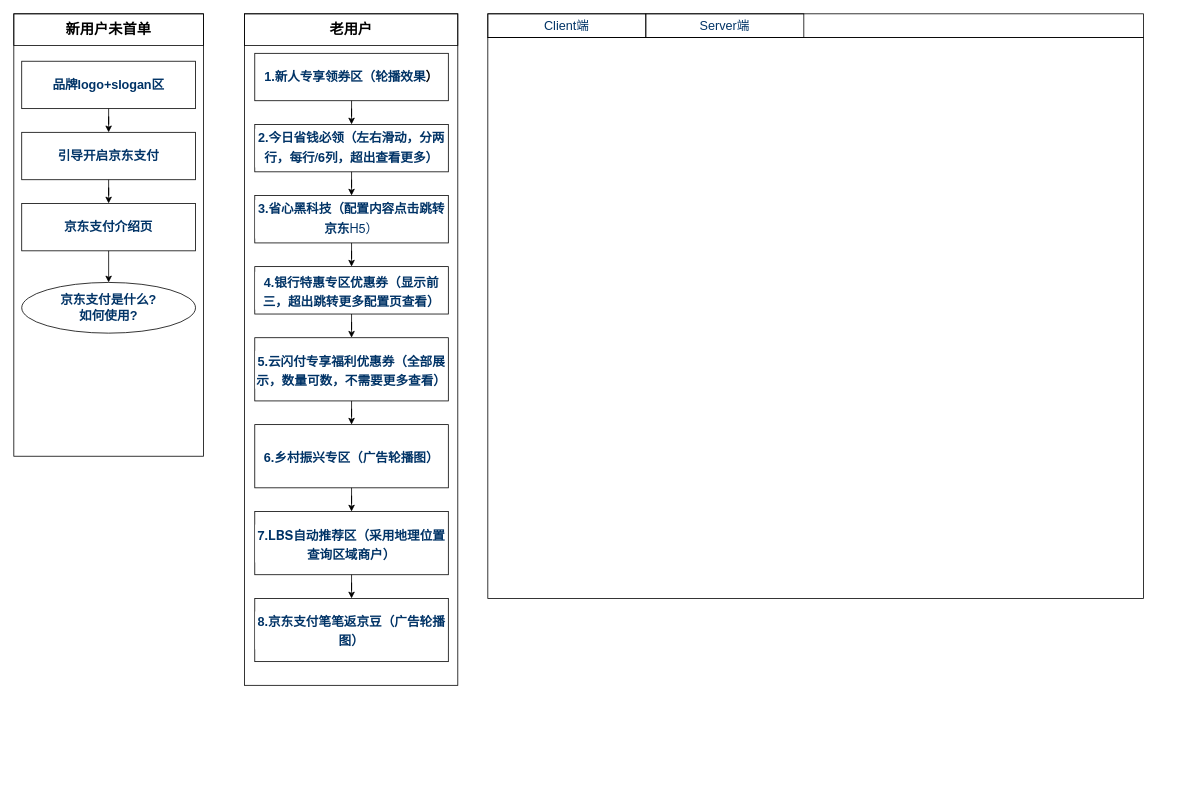
Earlier version of the draw.io diagram 整体架构图.drawio (joh126/v_project). Source tidied: cells renumbered, new cells numbered last; positions are measured from the earlier drawing's top-left corner, leaving out a move shared by most shapes. Both pictures are drawn from the tidied source at 79%, with x=0, y=0 at pixel (13, 13).
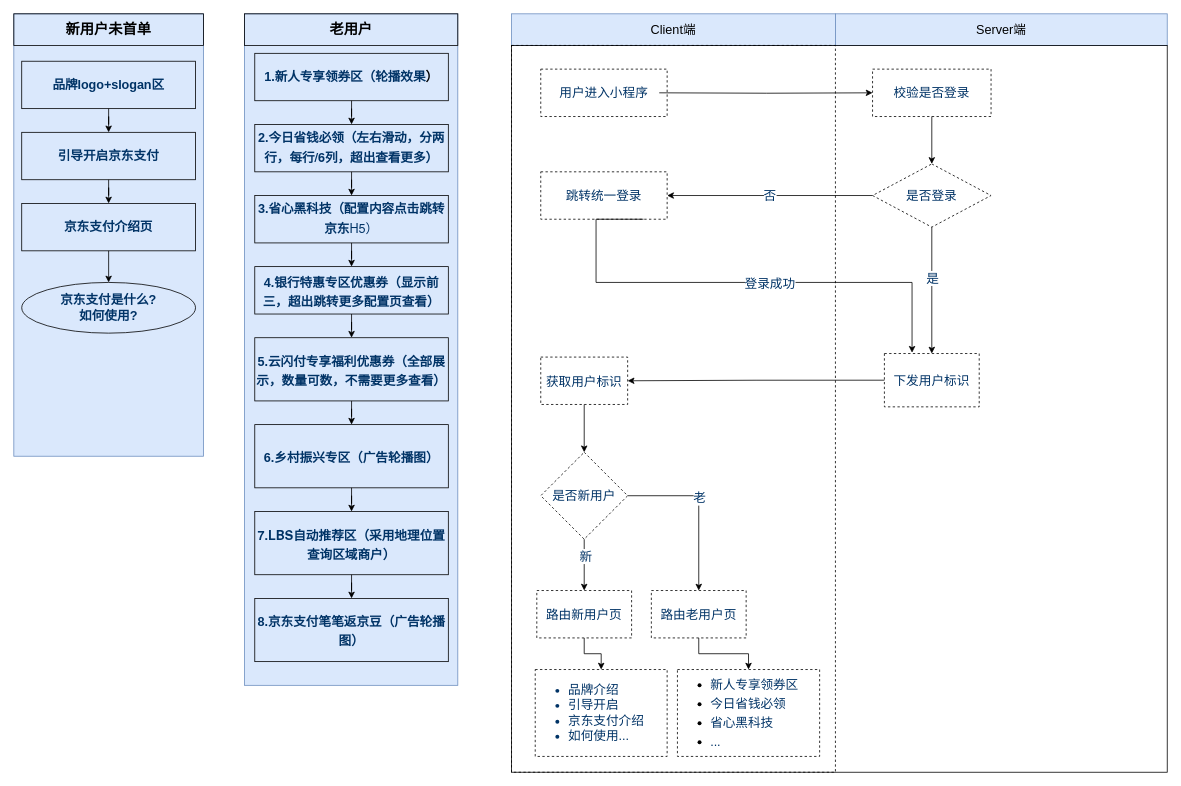
Above is the later version.

Commit message:
Update 整体架构图.drawio

Unchanged cells that the change refers to:
```xml
<mxCell id="2" style="group;" parent="1" vertex="1">
  <mxGeometry width="240" height="560" as="geometry" />
</mxCell>
```

What changed in the source:
```diff
@@
-    <mxCell id="3" style="rounded=0;whiteSpace=wrap;html=1;sketch=0;fillColor=none;" parent="2" vertex="1">
+    <mxCell id="3" style="rounded=0;whiteSpace=wrap;html=1;sketch=0;fillColor=#dae8fc;strokeColor=#6c8ebf;" parent="2" vertex="1">
       <mxGeometry width="240" height="560" as="geometry" />
     </mxCell>
@@
-    <mxCell id="5" value="&lt;h3 id=&quot;id-京东支付小程序一期-页面分为”品牌logo＋slogan“区域、”引导开启按钮“区域、京东支付介绍及京东支付使用介绍区域&quot; style=&quot;margin: 0px ; padding: 0px ; font-size: 16px ; line-height: 1.5 ; letter-spacing: -0.006em ; text-align: left ; background-color: rgb(255 , 255 , 255)&quot;&gt;&lt;font color=&quot;#003366&quot;&gt;品牌logo+slogan区&lt;/font&gt;&lt;/h3&gt;" style="rounded=0;whiteSpace=wrap;html=1;sketch=0;fillColor=none;" parent="2" vertex="1">
+    <mxCell id="5" value="&lt;h3 id=&quot;id-京东支付小程序一期-页面分为”品牌logo＋slogan“区域、”引导开启按钮“区域、京东支付介绍及京东支付使用介绍区域&quot; style=&quot;margin: 0px ; padding: 0px ; font-size: 16px ; line-height: 1.5 ; letter-spacing: -0.006em ; text-align: left&quot;&gt;&lt;font color=&quot;#003366&quot;&gt;品牌logo+slogan区&lt;/font&gt;&lt;/h3&gt;" style="rounded=0;whiteSpace=wrap;html=1;sketch=0;fillColor=none;" parent="2" vertex="1">
       <mxGeometry x="10" y="60" width="220" height="60" as="geometry" />
     </mxCell>
@@
-    <mxCell id="12" style="rounded=0;whiteSpace=wrap;html=1;sketch=0;fillColor=none;" parent="1" vertex="1">
+    <mxCell id="12" style="rounded=0;whiteSpace=wrap;html=1;sketch=0;fillColor=#dae8fc;strokeColor=#6c8ebf;" parent="1" vertex="1">
       <mxGeometry x="292" width="270" height="850" as="geometry" />
     </mxCell>
@@
-    <mxCell id="15" value="&lt;h3 id=&quot;id-京东支付小程序一期-页面分为”品牌logo＋slogan“区域、”引导开启按钮“区域、京东支付介绍及京东支付使用介绍区域&quot; style=&quot;margin: 0px ; padding: 0px ; font-size: 16px ; line-height: 1.5 ; letter-spacing: -0.006em ; background-color: rgb(255 , 255 , 255)&quot;&gt;&lt;font color=&quot;#003366&quot;&gt;1.新人专享领券区（轮播效果&lt;/font&gt;）&lt;/h3&gt;" style="rounded=0;whiteSpace=wrap;html=1;sketch=0;fillColor=none;align=center;" parent="1" vertex="1">
+    <mxCell id="15" value="&lt;h3 id=&quot;id-京东支付小程序一期-页面分为”品牌logo＋slogan“区域、”引导开启按钮“区域、京东支付介绍及京东支付使用介绍区域&quot; style=&quot;margin: 0px ; padding: 0px ; font-size: 16px ; line-height: 1.5 ; letter-spacing: -0.006em&quot;&gt;&lt;font color=&quot;#003366&quot;&gt;1.新人专享领券区（轮播效果&lt;/font&gt;）&lt;/h3&gt;" style="rounded=0;whiteSpace=wrap;html=1;sketch=0;fillColor=none;align=center;" parent="1" vertex="1">
       <mxGeometry x="305" y="50" width="245" height="60" as="geometry" />
     </mxCell>
@@
-    <mxCell id="17" value="&lt;h3 id=&quot;id-京东支付小程序一期-页面分为”品牌logo＋slogan“区域、”引导开启按钮“区域、京东支付介绍及京东支付使用介绍区域&quot; style=&quot;margin: 0px ; padding: 0px ; font-size: 16px ; line-height: 1.5 ; letter-spacing: -0.006em ; background-color: rgb(255 , 255 , 255)&quot;&gt;&lt;font color=&quot;#003366&quot; style=&quot;font-size: 16px&quot;&gt;2.今日省钱必领（左右滑动，分两行，每行&lt;span class=&quot;s1&quot; style=&quot;font-stretch: normal ; line-height: normal ; font-family: &amp;#34;helvetica neue&amp;#34;&quot;&gt;/6&lt;/span&gt;&lt;span style=&quot;font-family: &amp;#34;pingfang sc&amp;#34;&quot;&gt;列，超出查看更多）&lt;/span&gt;&lt;/font&gt;&lt;/h3&gt;" style="rounded=0;whiteSpace=wrap;html=1;sketch=0;fillColor=none;align=center;" parent="1" vertex="1">
+    <mxCell id="17" value="&lt;h3 id=&quot;id-京东支付小程序一期-页面分为”品牌logo＋slogan“区域、”引导开启按钮“区域、京东支付介绍及京东支付使用介绍区域&quot; style=&quot;margin: 0px ; padding: 0px ; font-size: 16px ; line-height: 1.5 ; letter-spacing: -0.006em&quot;&gt;&lt;font color=&quot;#003366&quot; style=&quot;font-size: 16px&quot;&gt;2.今日省钱必领（左右滑动，分两行，每行&lt;span class=&quot;s1&quot; style=&quot;font-stretch: normal ; line-height: normal ; font-family: &amp;#34;helvetica neue&amp;#34;&quot;&gt;/6&lt;/span&gt;&lt;span style=&quot;font-family: &amp;#34;pingfang sc&amp;#34;&quot;&gt;列，超出查看更多）&lt;/span&gt;&lt;/font&gt;&lt;/h3&gt;" style="rounded=0;whiteSpace=wrap;html=1;sketch=0;fillColor=none;align=center;" parent="1" vertex="1">
       <mxGeometry x="305" y="140" width="245" height="60" as="geometry" />
     </mxCell>
@@
-    <mxCell id="19" value="&lt;h3 id=&quot;id-京东支付小程序一期-页面分为”品牌logo＋slogan“区域、”引导开启按钮“区域、京东支付介绍及京东支付使用介绍区域&quot; style=&quot;margin: 0px ; padding: 0px ; font-size: 16px ; line-height: 1.5 ; letter-spacing: -0.006em ; background-color: rgb(255 , 255 , 255)&quot;&gt;&lt;font color=&quot;#003366&quot; style=&quot;font-size: 16px&quot;&gt;&lt;font style=&quot;font-size: 16px&quot;&gt;3.省心黑科技&lt;/font&gt;（配置内容点击跳转京东&lt;span class=&quot;s1&quot; style=&quot;font-weight: normal ; font-stretch: normal ; line-height: normal ; font-family: &amp;#34;helvetica neue&amp;#34;&quot;&gt;H5&lt;/span&gt;&lt;span style=&quot;font-family: &amp;#34;pingfang sc&amp;#34; ; font-weight: normal&quot;&gt;）&lt;/span&gt;&lt;/font&gt;&lt;/h3&gt;" style="rounded=0;whiteSpace=wrap;html=1;sketch=0;fillColor=none;align=center;" parent="1" vertex="1">
+    <mxCell id="19" value="&lt;h3 id=&quot;id-京东支付小程序一期-页面分为”品牌logo＋slogan“区域、”引导开启按钮“区域、京东支付介绍及京东支付使用介绍区域&quot; style=&quot;margin: 0px ; padding: 0px ; font-size: 16px ; line-height: 1.5 ; letter-spacing: -0.006em&quot;&gt;&lt;font color=&quot;#003366&quot; style=&quot;font-size: 16px&quot;&gt;&lt;font style=&quot;font-size: 16px&quot;&gt;3.省心黑科技&lt;/font&gt;（配置内容点击跳转京东&lt;span class=&quot;s1&quot; style=&quot;font-weight: normal ; font-stretch: normal ; line-height: normal ; font-family: &amp;#34;helvetica neue&amp;#34;&quot;&gt;H5&lt;/span&gt;&lt;span style=&quot;font-family: &amp;#34;pingfang sc&amp;#34; ; font-weight: normal&quot;&gt;）&lt;/span&gt;&lt;/font&gt;&lt;/h3&gt;" style="rounded=0;whiteSpace=wrap;html=1;sketch=0;fillColor=none;align=center;" parent="1" vertex="1">
       <mxGeometry x="305" y="230" width="245" height="60" as="geometry" />
     </mxCell>
@@
-    <mxCell id="21" value="&lt;h3 id=&quot;id-京东支付小程序一期-页面分为”品牌logo＋slogan“区域、”引导开启按钮“区域、京东支付介绍及京东支付使用介绍区域&quot; style=&quot;margin: 0px ; padding: 0px ; line-height: 1.5 ; letter-spacing: -0.006em ; background-color: rgb(255 , 255 , 255)&quot;&gt;&lt;p class=&quot;p1&quot; style=&quot;margin: 0px ; font-stretch: normal ; line-height: normal ; font-family: &amp;#34;pingfang sc&amp;#34; ; letter-spacing: normal&quot;&gt;&lt;font style=&quot;font-size: 16px&quot; color=&quot;#003366&quot;&gt;4.银行特惠专区优惠券（显示前三，超出跳转更多配置页查看）&lt;/font&gt;&lt;/p&gt;&lt;/h3&gt;" style="rounded=0;whiteSpace=wrap;html=1;sketch=0;fillColor=none;align=center;" parent="1" vertex="1">
+    <mxCell id="21" value="&lt;h3 id=&quot;id-京东支付小程序一期-页面分为”品牌logo＋slogan“区域、”引导开启按钮“区域、京东支付介绍及京东支付使用介绍区域&quot; style=&quot;margin: 0px ; padding: 0px ; line-height: 1.5 ; letter-spacing: -0.006em&quot;&gt;&lt;p class=&quot;p1&quot; style=&quot;margin: 0px ; font-stretch: normal ; line-height: normal ; font-family: &amp;#34;pingfang sc&amp;#34; ; letter-spacing: normal&quot;&gt;&lt;font style=&quot;font-size: 16px&quot; color=&quot;#003366&quot;&gt;4.银行特惠专区优惠券（显示前三，超出跳转更多配置页查看）&lt;/font&gt;&lt;/p&gt;&lt;/h3&gt;" style="rounded=0;whiteSpace=wrap;html=1;sketch=0;fillColor=none;align=center;" parent="1" vertex="1">
       <mxGeometry x="305" y="320" width="245" height="60" as="geometry" />
     </mxCell>
@@
-    <mxCell id="23" value="&lt;h3 id=&quot;id-京东支付小程序一期-页面分为”品牌logo＋slogan“区域、”引导开启按钮“区域、京东支付介绍及京东支付使用介绍区域&quot; style=&quot;margin: 0px ; padding: 0px ; line-height: 1.5 ; letter-spacing: -0.006em ; background-color: rgb(255 , 255 , 255)&quot;&gt;&lt;p class=&quot;p1&quot; style=&quot;margin: 0px ; font-stretch: normal ; line-height: normal ; font-family: &amp;#34;pingfang sc&amp;#34; ; letter-spacing: normal&quot;&gt;&lt;font style=&quot;font-size: 16px&quot; color=&quot;#003366&quot;&gt;5.云闪付专享福利优惠券（全部展示，数量可数，不需要更多查看）&lt;/font&gt;&lt;/p&gt;&lt;/h3&gt;" style="rounded=0;whiteSpace=wrap;html=1;sketch=0;fillColor=none;align=center;" parent="1" vertex="1">
+    <mxCell id="23" value="&lt;h3 id=&quot;id-京东支付小程序一期-页面分为”品牌logo＋slogan“区域、”引导开启按钮“区域、京东支付介绍及京东支付使用介绍区域&quot; style=&quot;margin: 0px ; padding: 0px ; line-height: 1.5 ; letter-spacing: -0.006em&quot;&gt;&lt;p class=&quot;p1&quot; style=&quot;margin: 0px ; font-stretch: normal ; line-height: normal ; font-family: &amp;#34;pingfang sc&amp;#34; ; letter-spacing: normal&quot;&gt;&lt;font style=&quot;font-size: 16px&quot; color=&quot;#003366&quot;&gt;5.云闪付专享福利优惠券（全部展示，数量可数，不需要更多查看）&lt;/font&gt;&lt;/p&gt;&lt;/h3&gt;" style="rounded=0;whiteSpace=wrap;html=1;sketch=0;fillColor=none;align=center;" parent="1" vertex="1">
       <mxGeometry x="305" y="410" width="245" height="80" as="geometry" />
     </mxCell>
@@
-    <mxCell id="25" value="&lt;h3 id=&quot;id-京东支付小程序一期-页面分为”品牌logo＋slogan“区域、”引导开启按钮“区域、京东支付介绍及京东支付使用介绍区域&quot; style=&quot;margin: 0px ; padding: 0px ; line-height: 1.5 ; letter-spacing: -0.006em ; background-color: rgb(255 , 255 , 255)&quot;&gt;&lt;p class=&quot;p1&quot; style=&quot;margin: 0px ; font-stretch: normal ; line-height: normal ; font-family: &amp;#34;pingfang sc&amp;#34; ; letter-spacing: normal&quot;&gt;&lt;font style=&quot;font-size: 16px&quot; color=&quot;#003366&quot;&gt;6.乡村振兴专区（广告轮播图）&lt;/font&gt;&lt;/p&gt;&lt;/h3&gt;" style="rounded=0;whiteSpace=wrap;html=1;sketch=0;fillColor=none;align=center;" parent="1" vertex="1">
+    <mxCell id="25" value="&lt;h3 id=&quot;id-京东支付小程序一期-页面分为”品牌logo＋slogan“区域、”引导开启按钮“区域、京东支付介绍及京东支付使用介绍区域&quot; style=&quot;margin: 0px ; padding: 0px ; line-height: 1.5 ; letter-spacing: -0.006em&quot;&gt;&lt;p class=&quot;p1&quot; style=&quot;margin: 0px ; font-stretch: normal ; line-height: normal ; font-family: &amp;#34;pingfang sc&amp;#34; ; letter-spacing: normal&quot;&gt;&lt;font style=&quot;font-size: 16px&quot; color=&quot;#003366&quot;&gt;6.乡村振兴专区（广告轮播图）&lt;/font&gt;&lt;/p&gt;&lt;/h3&gt;" style="rounded=0;whiteSpace=wrap;html=1;sketch=0;fillColor=none;align=center;" parent="1" vertex="1">
       <mxGeometry x="305" y="520" width="245" height="80" as="geometry" />
     </mxCell>
@@
-    <mxCell id="27" value="&lt;h3 id=&quot;id-京东支付小程序一期-页面分为”品牌logo＋slogan“区域、”引导开启按钮“区域、京东支付介绍及京东支付使用介绍区域&quot; style=&quot;margin: 0px ; padding: 0px ; line-height: 1.5 ; letter-spacing: -0.006em ; background-color: rgb(255 , 255 , 255) ; font-size: 14px&quot;&gt;&lt;p class=&quot;p1&quot; style=&quot;margin: 0px ; font-stretch: normal ; line-height: normal ; font-family: &amp;#34;pingfang sc&amp;#34; ; letter-spacing: normal ; font-size: 16px&quot;&gt;&lt;font color=&quot;#003366&quot; style=&quot;font-size: 16px&quot;&gt;&lt;span class=&quot;s1&quot; style=&quot;font-stretch: normal ; line-height: normal ; font-family: &amp;#34;helvetica neue&amp;#34;&quot;&gt;7.LBS&lt;/span&gt;自动推荐区（采用地理位置查询区域商户）&lt;/font&gt;&lt;/p&gt;&lt;/h3&gt;" style="rounded=0;whiteSpace=wrap;html=1;sketch=0;fillColor=none;align=center;" parent="1" vertex="1">
+    <mxCell id="27" value="&lt;h3 id=&quot;id-京东支付小程序一期-页面分为”品牌logo＋slogan“区域、”引导开启按钮“区域、京东支付介绍及京东支付使用介绍区域&quot; style=&quot;margin: 0px ; padding: 0px ; line-height: 1.5 ; letter-spacing: -0.006em ; font-size: 14px&quot;&gt;&lt;p class=&quot;p1&quot; style=&quot;margin: 0px ; font-stretch: normal ; line-height: normal ; font-family: &amp;#34;pingfang sc&amp;#34; ; letter-spacing: normal ; font-size: 16px&quot;&gt;&lt;font color=&quot;#003366&quot; style=&quot;font-size: 16px&quot;&gt;&lt;span class=&quot;s1&quot; style=&quot;font-stretch: normal ; line-height: normal ; font-family: &amp;#34;helvetica neue&amp;#34;&quot;&gt;7.LBS&lt;/span&gt;自动推荐区（采用地理位置查询区域商户）&lt;/font&gt;&lt;/p&gt;&lt;/h3&gt;" style="rounded=0;whiteSpace=wrap;html=1;sketch=0;fillColor=none;align=center;" parent="1" vertex="1">
       <mxGeometry x="305" y="630" width="245" height="80" as="geometry" />
     </mxCell>
-    <mxCell id="28" value="&lt;h3 id=&quot;id-京东支付小程序一期-页面分为”品牌logo＋slogan“区域、”引导开启按钮“区域、京东支付介绍及京东支付使用介绍区域&quot; style=&quot;margin: 0px ; padding: 0px ; line-height: 1.5 ; letter-spacing: -0.006em ; background-color: rgb(255 , 255 , 255)&quot;&gt;&lt;p class=&quot;p1&quot; style=&quot;margin: 0px ; font-stretch: normal ; line-height: normal ; font-family: &amp;#34;pingfang sc&amp;#34; ; letter-spacing: normal&quot;&gt;&lt;font style=&quot;font-size: 16px&quot; color=&quot;#003366&quot;&gt;8.京东支付笔笔返京豆（广告轮播图）&lt;/font&gt;&lt;/p&gt;&lt;/h3&gt;" style="rounded=0;whiteSpace=wrap;html=1;sketch=0;fillColor=none;align=center;" parent="1" vertex="1">
+    <mxCell id="28" value="&lt;h3 id=&quot;id-京东支付小程序一期-页面分为”品牌logo＋slogan“区域、”引导开启按钮“区域、京东支付介绍及京东支付使用介绍区域&quot; style=&quot;margin: 0px ; padding: 0px ; line-height: 1.5 ; letter-spacing: -0.006em&quot;&gt;&lt;p class=&quot;p1&quot; style=&quot;margin: 0px ; font-stretch: normal ; line-height: normal ; font-family: &amp;#34;pingfang sc&amp;#34; ; letter-spacing: normal&quot;&gt;&lt;font style=&quot;font-size: 16px&quot; color=&quot;#003366&quot;&gt;8.京东支付笔笔返京豆（广告轮播图）&lt;/font&gt;&lt;/p&gt;&lt;/h3&gt;" style="rounded=0;whiteSpace=wrap;html=1;sketch=0;fillColor=none;align=center;" parent="1" vertex="1">
       <mxGeometry x="305" y="740" width="245" height="80" as="geometry" />
     </mxCell>
-    <mxCell id="29" style="rounded=0;whiteSpace=wrap;html=1;sketch=0;fontFamily=Helvetica;fontSize=16;fontColor=#003366;strokeColor=default;fillColor=none;" parent="1" vertex="1">
-      <mxGeometry x="600" width="830" height="30" as="geometry" />
-    </mxCell>
-    <mxCell id="30" value="Client端" style="rounded=0;whiteSpace=wrap;html=1;sketch=0;fontFamily=Helvetica;fontSize=16;fontColor=#003366;strokeColor=default;fillColor=none;" parent="1" vertex="1">
-      <mxGeometry x="600" width="200" height="30" as="geometry" />
+    <mxCell id="30" value="Client端" style="rounded=0;whiteSpace=wrap;html=1;sketch=0;fontFamily=Helvetica;fontSize=16;strokeColor=#6c8ebf;fillColor=#dae8fc;" parent="1" vertex="1">
+      <mxGeometry x="630" width="410" height="40" as="geometry" />
     </mxCell>
-    <mxCell id="31" value="Server端" style="rounded=0;whiteSpace=wrap;html=1;sketch=0;fontFamily=Helvetica;fontSize=16;fontColor=#003366;strokeColor=default;fillColor=none;" parent="1" vertex="1">
-      <mxGeometry x="800" width="200" height="30" as="geometry" />
+    <mxCell id="31" value="Server端" style="rounded=0;whiteSpace=wrap;html=1;sketch=0;fontFamily=Helvetica;fontSize=16;strokeColor=#6c8ebf;fillColor=#dae8fc;" parent="1" vertex="1">
+      <mxGeometry x="1040" width="420" height="40" as="geometry" />
     </mxCell>
     <mxCell id="32" style="rounded=0;whiteSpace=wrap;html=1;sketch=0;fontFamily=Helvetica;fontSize=16;fontColor=#003366;strokeColor=default;fillColor=none;" parent="1" vertex="1">
-      <mxGeometry x="600" y="30" width="830" height="710" as="geometry" />
+      <mxGeometry x="630" y="40" width="830" height="920" as="geometry" />
     </mxCell>
+    <mxCell id="33" style="rounded=0;whiteSpace=wrap;html=1;sketch=0;fontFamily=Helvetica;fontSize=16;fontColor=#003366;strokeColor=default;fillColor=none;dashed=1;" parent="1" vertex="1">
+      <mxGeometry x="630" y="40" width="410" height="920" as="geometry" />
+    </mxCell>
+    <mxCell id="34" value="获取用户标识" style="whiteSpace=wrap;html=1;fontSize=16;fillColor=none;fontColor=#003366;rounded=0;dashed=1;sketch=0;" parent="1" vertex="1">
+      <mxGeometry x="667" y="434.5" width="110" height="60" as="geometry" />
+    </mxCell>
+    <mxCell id="35" style="edgeStyle=orthogonalEdgeStyle;rounded=0;jettySize=auto;html=1;fontFamily=Helvetica;fontSize=16;fontColor=#003366;exitX=0;exitY=0.5;exitDx=0;exitDy=0;" parent="1" edge="1" source="53" target="34">
+      <mxGeometry relative="1" as="geometry" />
+    </mxCell>
+    <mxCell id="36" value="用户进入小程序" style="rounded=0;whiteSpace=wrap;html=1;dashed=1;sketch=0;fontFamily=Helvetica;fontSize=16;fontColor=#003366;strokeColor=default;fillColor=none;" parent="1" vertex="1">
+      <mxGeometry x="667" y="70" width="160" height="60" as="geometry" />
+    </mxCell>
+    <mxCell id="37" value="校验是否登录" style="whiteSpace=wrap;html=1;fontSize=16;fillColor=none;fontColor=#003366;rounded=0;dashed=1;sketch=0;" parent="1" vertex="1">
+      <mxGeometry x="1087" y="70" width="150" height="60" as="geometry" />
+    </mxCell>
+    <mxCell id="38" style="edgeStyle=orthogonalEdgeStyle;rounded=0;jettySize=auto;html=1;fontFamily=Helvetica;fontSize=16;fontColor=#003366;" parent="1" edge="1" target="37">
+      <mxGeometry relative="1" as="geometry">
+        <mxPoint x="817" y="100" as="sourcePoint" />
+      </mxGeometry>
+    </mxCell>
+    <mxCell id="39" value="是否登录" style="rhombus;whiteSpace=wrap;html=1;fontSize=16;fillColor=none;fontColor=#003366;rounded=0;dashed=1;sketch=0;" parent="1" vertex="1">
+      <mxGeometry x="1087" y="190" width="150" height="80" as="geometry" />
+    </mxCell>
+    <mxCell id="40" style="edgeStyle=orthogonalEdgeStyle;rounded=0;jettySize=auto;html=1;fontFamily=Helvetica;fontSize=16;fontColor=#003366;" parent="1" edge="1" source="37" target="39">
+      <mxGeometry relative="1" as="geometry" />
+    </mxCell>
+    <mxCell id="41" style="edgeStyle=orthogonalEdgeStyle;rounded=0;orthogonalLoop=1;jettySize=auto;html=1;entryX=0.162;entryY=0.304;entryDx=0;entryDy=0;entryPerimeter=0;fontFamily=Helvetica;fontSize=16;fontColor=#003366;" parent="1" edge="1">
+      <mxGeometry relative="1" as="geometry">
+        <mxPoint x="797" y="260" as="sourcePoint" />
+        <mxPoint x="1137" y="429" as="targetPoint" />
+        <Array as="points">
+          <mxPoint x="737" y="260" />
+          <mxPoint x="737" y="340" />
+          <mxPoint x="1137" y="340" />
+        </Array>
+      </mxGeometry>
+    </mxCell>
+    <mxCell id="42" value="登录成功" style="edgeLabel;html=1;align=center;verticalAlign=middle;fontSize=16;fontFamily=Helvetica;fontColor=#003366;" parent="41" vertex="1">
+      <mxGeometry x="-0.11" y="-1" relative="1" as="geometry">
+        <mxPoint x="79" as="offset" />
+      </mxGeometry>
+    </mxCell>
+    <mxCell id="43" value="跳转统一登录" style="whiteSpace=wrap;html=1;fontSize=16;fillColor=none;fontColor=#003366;rounded=0;dashed=1;sketch=0;" parent="1" vertex="1">
+      <mxGeometry x="667" y="200" width="160" height="60" as="geometry" />
+    </mxCell>
+    <mxCell id="44" value="否" style="edgeStyle=orthogonalEdgeStyle;rounded=0;jettySize=auto;html=1;entryX=1;entryY=0.5;entryDx=0;entryDy=0;fontFamily=Helvetica;fontSize=16;fontColor=#003366;" parent="1" edge="1" source="39" target="43">
+      <mxGeometry relative="1" as="geometry" />
+    </mxCell>
+    <mxCell id="45" value="是否新用户" style="rhombus;whiteSpace=wrap;html=1;fontSize=16;fillColor=none;fontColor=#003366;rounded=0;dashed=1;sketch=0;" parent="1" vertex="1">
+      <mxGeometry x="667" y="555" width="110" height="110" as="geometry" />
+    </mxCell>
+    <mxCell id="46" style="edgeStyle=orthogonalEdgeStyle;rounded=0;jettySize=auto;html=1;fontFamily=Helvetica;fontSize=16;fontColor=#003366;" parent="1" edge="1" source="34" target="45">
+      <mxGeometry relative="1" as="geometry" />
+    </mxCell>
+    <mxCell id="47" value="路由老用户页" style="whiteSpace=wrap;html=1;fontSize=16;fillColor=none;fontColor=#003366;rounded=0;dashed=1;sketch=0;" parent="1" vertex="1">
+      <mxGeometry x="807" y="730" width="120" height="60" as="geometry" />
+    </mxCell>
+    <mxCell id="48" style="edgeStyle=orthogonalEdgeStyle;rounded=0;jettySize=auto;html=1;fontFamily=Helvetica;fontSize=16;fontColor=#003366;" parent="1" edge="1" source="45" target="47">
+      <mxGeometry relative="1" as="geometry">
+        <Array as="points">
+          <mxPoint x="867" y="610" />
+        </Array>
+      </mxGeometry>
+    </mxCell>
+    <mxCell id="49" value="老" style="edgeLabel;html=1;align=center;verticalAlign=middle;fontSize=16;fontFamily=Helvetica;fontColor=#003366;" parent="48" vertex="1">
+      <mxGeometry x="-0.12" relative="1" as="geometry" />
+    </mxCell>
+    <mxCell id="50" value="路由新用户页" style="whiteSpace=wrap;html=1;fontSize=16;fillColor=none;fontColor=#003366;rounded=0;dashed=1;sketch=0;" parent="1" vertex="1">
+      <mxGeometry x="662" y="730" width="120" height="60" as="geometry" />
+    </mxCell>
+    <mxCell id="51" style="edgeStyle=orthogonalEdgeStyle;rounded=0;jettySize=auto;html=1;fontFamily=Helvetica;fontSize=16;fontColor=#003366;" parent="1" edge="1" source="45" target="50">
+      <mxGeometry relative="1" as="geometry" />
+    </mxCell>
+    <mxCell id="52" value="新" style="edgeLabel;html=1;align=center;verticalAlign=middle;fontSize=16;fontFamily=Helvetica;fontColor=#003366;" parent="51" vertex="1">
+      <mxGeometry x="-0.35" y="1" relative="1" as="geometry" />
+    </mxCell>
+    <mxCell id="53" value="下发用户标识" style="whiteSpace=wrap;html=1;fontSize=16;fillColor=none;fontColor=#003366;rounded=0;dashed=1;sketch=0;" parent="1" vertex="1">
+      <mxGeometry x="1102" y="430" width="120" height="67.5" as="geometry" />
+    </mxCell>
+    <mxCell id="54" style="edgeStyle=orthogonalEdgeStyle;rounded=0;jettySize=auto;html=1;fontFamily=Helvetica;fontSize=16;fontColor=#003366;" parent="1" edge="1" source="39" target="53">
+      <mxGeometry relative="1" as="geometry" />
+    </mxCell>
+    <mxCell id="55" value="是" style="edgeLabel;html=1;align=center;verticalAlign=middle;fontSize=16;fontFamily=Helvetica;fontColor=#003366;" parent="54" vertex="1">
+      <mxGeometry x="-0.2" relative="1" as="geometry" />
+    </mxCell>
+    <mxCell id="56" value="&lt;ul&gt;&lt;li&gt;品牌介绍&lt;/li&gt;&lt;li&gt;引导开启&lt;/li&gt;&lt;li&gt;京东支付介绍&lt;/li&gt;&lt;li&gt;如何使用...&lt;/li&gt;&lt;/ul&gt;" style="whiteSpace=wrap;html=1;fontSize=16;fillColor=none;fontColor=#003366;rounded=0;dashed=1;sketch=0;align=left;" parent="1" vertex="1">
+      <mxGeometry x="660" y="830" width="167" height="110" as="geometry" />
+    </mxCell>
+    <mxCell id="57" style="edgeStyle=orthogonalEdgeStyle;rounded=0;jettySize=auto;html=1;fontFamily=Helvetica;fontSize=16;fontColor=#003366;" parent="1" edge="1" source="50" target="56">
+      <mxGeometry relative="1" as="geometry" />
+    </mxCell>
+    <mxCell id="58" value="&lt;h3 id=&quot;id-京东支付小程序一期-页面分为”品牌logo＋slogan“区域、”引导开启按钮“区域、京东支付介绍及京东支付使用介绍区域&quot; style=&quot;margin: 0px ; padding: 0px ; font-size: 16px ; line-height: 1.5 ; letter-spacing: -0.006em&quot;&gt;&lt;div&gt;&lt;ul&gt;&lt;li&gt;&lt;span style=&quot;letter-spacing: -0.006em ; font-weight: normal&quot;&gt;&lt;font color=&quot;#003366&quot;&gt;新人专享领券区&lt;/font&gt;&lt;/span&gt;&lt;/li&gt;&lt;li&gt;&lt;span style=&quot;letter-spacing: -0.006em ; font-weight: normal&quot;&gt;&lt;font color=&quot;#003366&quot;&gt;今日省钱必领&lt;/font&gt;&lt;/span&gt;&lt;/li&gt;&lt;li&gt;&lt;span style=&quot;letter-spacing: -0.006em ; font-weight: normal&quot;&gt;&lt;font color=&quot;#003366&quot;&gt;省心黑科技&lt;/font&gt;&lt;/span&gt;&lt;/li&gt;&lt;li&gt;&lt;span style=&quot;letter-spacing: -0.006em ; font-weight: normal&quot;&gt;&lt;font color=&quot;#003366&quot;&gt;...&lt;/font&gt;&lt;/span&gt;&lt;/li&gt;&lt;/ul&gt;&lt;/div&gt;&lt;/h3&gt;" style="whiteSpace=wrap;html=1;fontSize=16;rounded=0;dashed=1;sketch=0;align=left;fillColor=none;" parent="1" vertex="1">
+      <mxGeometry x="840" y="830" width="180" height="110" as="geometry" />
+    </mxCell>
+    <mxCell id="59" style="edgeStyle=orthogonalEdgeStyle;rounded=0;jettySize=auto;html=1;fontFamily=Helvetica;fontSize=16;fontColor=#003366;" parent="1" edge="1" source="47" target="58">
+      <mxGeometry relative="1" as="geometry" />
+    </mxCell>
```
